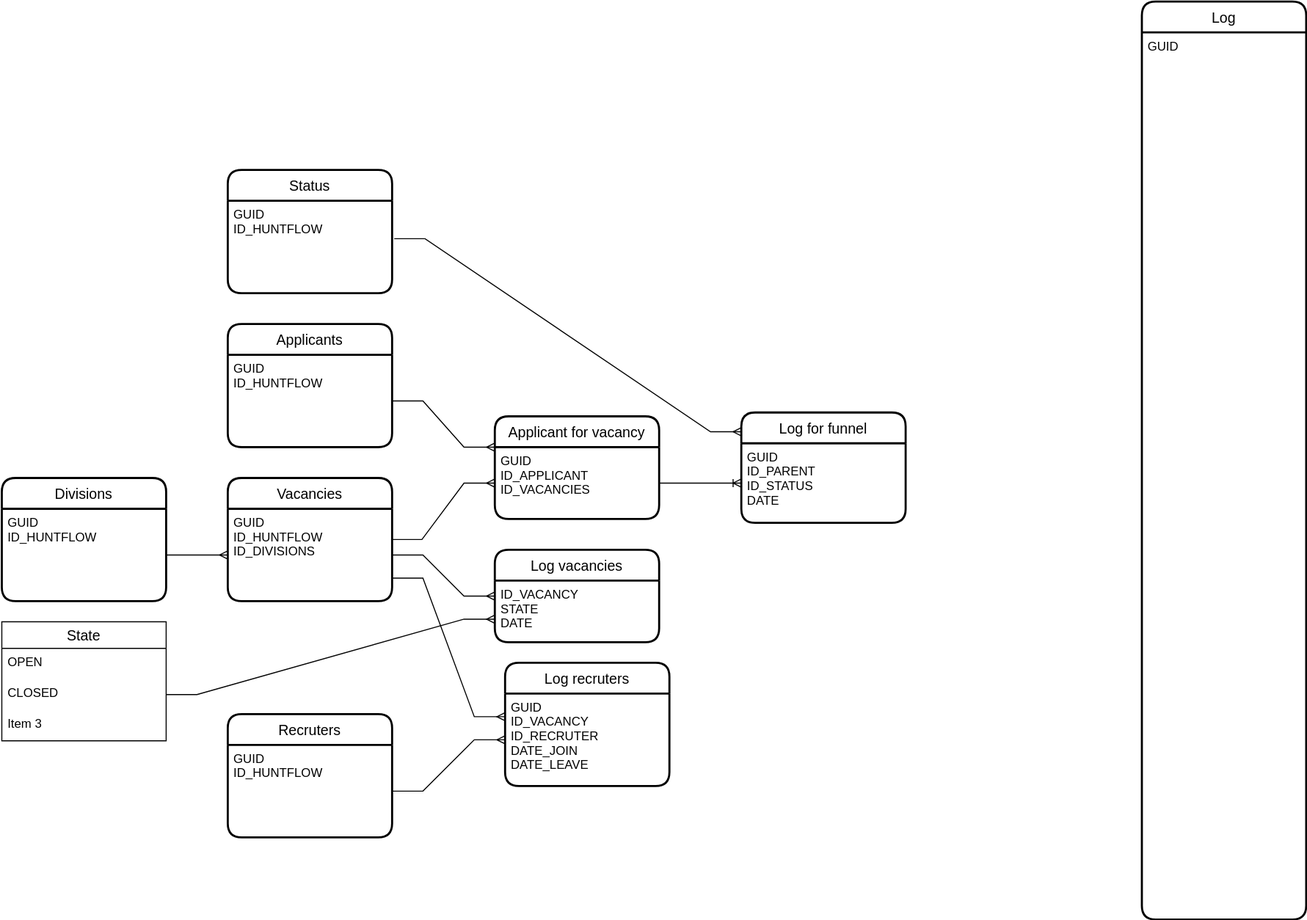
The draw.io diagram er.drawio.svg in Rikanda/for_admitad, before a commit. Source tidied: cells renumbered, new cells last; positions are measured from the earlier drawing's top-left corner, leaving out a move shared by most shapes.
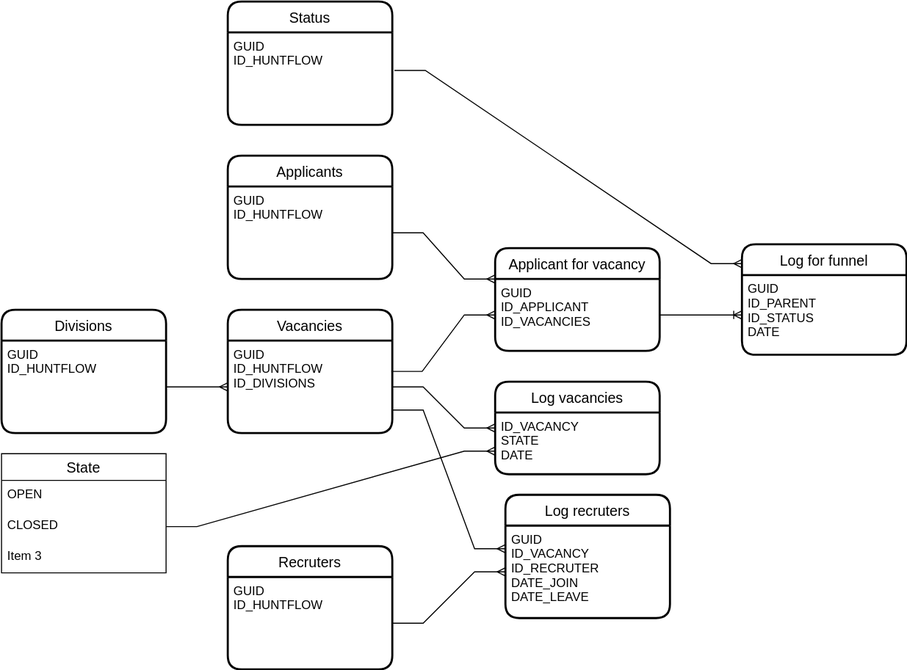
The same file after the commit.

What changed in the source:
```diff
@@ -44,12 +44,6 @@
     <mxCell id="15" value="Item 3" style="text;strokeColor=none;fillColor=none;spacingLeft=4;spacingRight=4;overflow=hidden;fontSize=12;" parent="12" vertex="1">
       <mxGeometry y="86" width="160" height="30" as="geometry" />
     </mxCell>
-    <mxCell id="16" value="Log" style="swimlane;horizontal=1;startSize=30;rounded=1;fontSize=14;fontStyle=0;strokeWidth=2;shadow=0;dashed=0;align=center;" parent="1" vertex="1">
-      <mxGeometry x="1110" width="160" height="894" as="geometry" />
-    </mxCell>
-    <mxCell id="17" value="GUID&#10;" style="align=left;strokeColor=none;fillColor=none;spacingLeft=4;fontSize=12;verticalAlign=top;" parent="16" vertex="1">
-      <mxGeometry y="30" width="160" height="864" as="geometry" />
-    </mxCell>
     <mxCell id="18" value="Applicant for vacancy" style="swimlane;horizontal=1;startSize=30;rounded=1;fontSize=14;fontStyle=0;strokeWidth=2;shadow=0;dashed=0;align=center;" parent="1" vertex="1">
       <mxGeometry x="480" y="404" width="160" height="100" as="geometry" />
     </mxCell>
```
